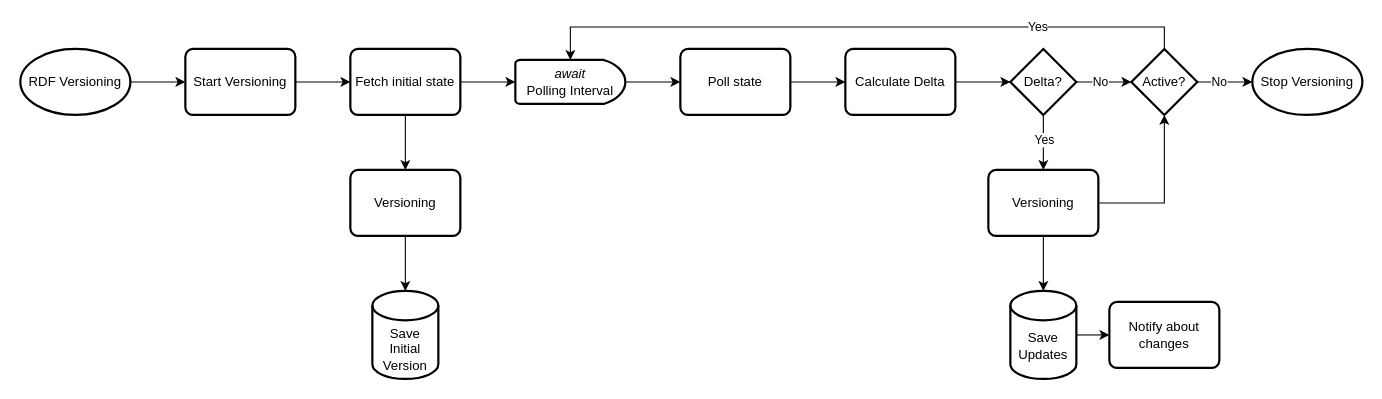
The draw.io diagram assets/WorkflowDiagram.drawio in GreenfishK/starvers, before the edit. Source tidied: cells renumbered, new cells numbered last; positions are measured from the earlier drawing's top-left corner, leaving out a move shared by most shapes. Both pictures are drawn from the tidied source at 110%, with x=0, y=0 at pixel (20, 48).
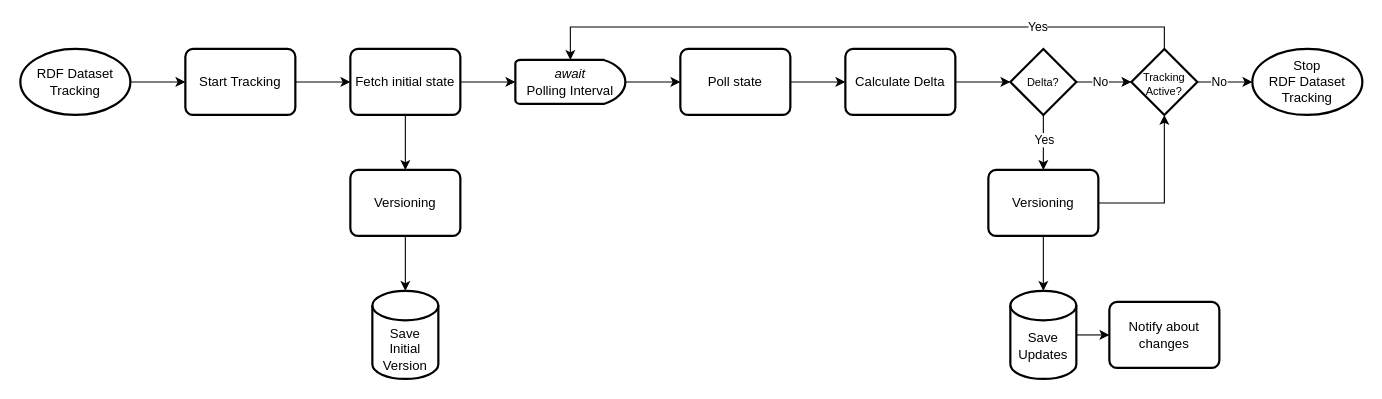
The same diagram, later.

The edit, as a diff of the source:
```diff
@@
-    <mxCell id="3" value="RDF Versioning" style="strokeWidth=2;html=1;shape=mxgraph.flowchart.start_1;whiteSpace=wrap;" parent="1" vertex="1">
+    <mxCell id="3" value="RDF Dataset Tracking" style="strokeWidth=2;html=1;shape=mxgraph.flowchart.start_1;whiteSpace=wrap;" parent="1" vertex="1">
       <mxGeometry width="100" height="60" as="geometry" />
     </mxCell>
@@
-    <mxCell id="5" value="Start Versioning" style="rounded=1;whiteSpace=wrap;html=1;absoluteArcSize=1;arcSize=14;strokeWidth=2;" parent="1" vertex="1">
+    <mxCell id="5" value="Start Tracking" style="rounded=1;whiteSpace=wrap;html=1;absoluteArcSize=1;arcSize=14;strokeWidth=2;" parent="1" vertex="1">
       <mxGeometry x="150" width="100" height="60" as="geometry" />
     </mxCell>
@@
-    <mxCell id="14" value="Delta?" style="strokeWidth=2;html=1;shape=mxgraph.flowchart.decision;whiteSpace=wrap;" parent="1" vertex="1">
+    <mxCell id="14" value="Delta?" style="strokeWidth=2;html=1;shape=mxgraph.flowchart.decision;whiteSpace=wrap;fontSize=10;" parent="1" vertex="1">
       <mxGeometry x="900" width="60" height="60" as="geometry" />
     </mxCell>
@@
-    <mxCell id="20" value="Active?" style="strokeWidth=2;html=1;shape=mxgraph.flowchart.decision;whiteSpace=wrap;" parent="1" vertex="1">
+    <mxCell id="20" value="Tracking&lt;br&gt;Active?" style="strokeWidth=2;html=1;shape=mxgraph.flowchart.decision;whiteSpace=wrap;fontSize=10;spacingTop=4;" parent="1" vertex="1">
       <mxGeometry x="1010" width="60" height="60" as="geometry" />
     </mxCell>
-    <mxCell id="21" value="Stop Versioning" style="strokeWidth=2;html=1;shape=mxgraph.flowchart.start_1;whiteSpace=wrap;" parent="1" vertex="1">
+    <mxCell id="21" value="Stop&lt;br&gt;RDF Dataset Tracking" style="strokeWidth=2;html=1;shape=mxgraph.flowchart.start_1;whiteSpace=wrap;" parent="1" vertex="1">
       <mxGeometry x="1120" width="100" height="60" as="geometry" />
     </mxCell>
```
